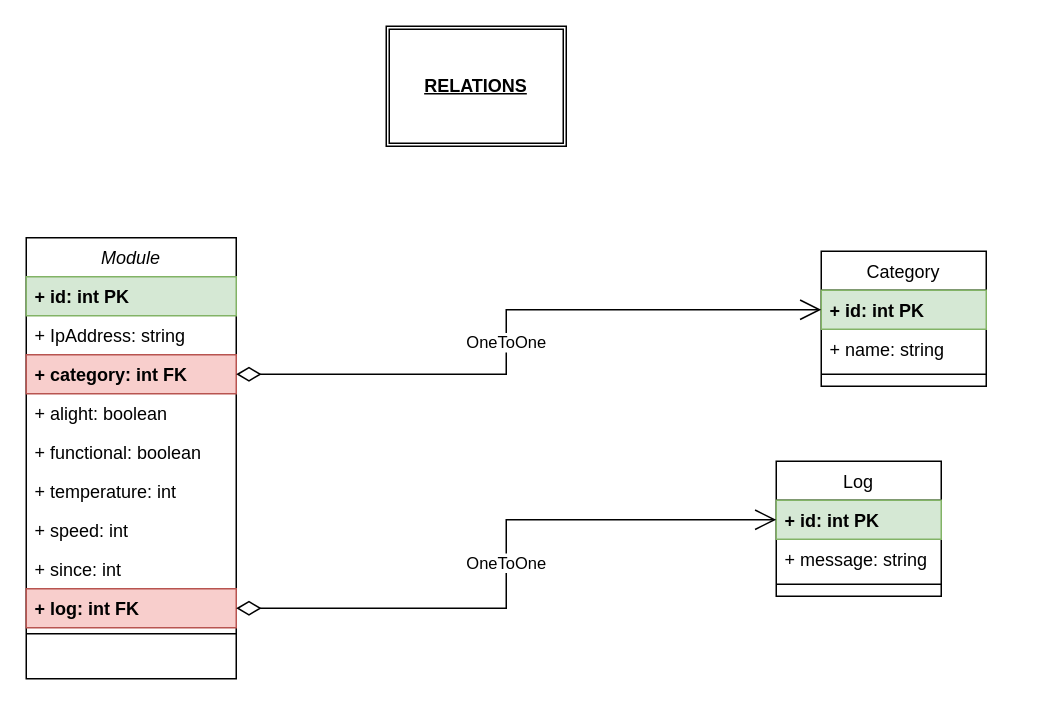
Before: Documentation/IotModulesMonitoring.drawio in DevWebJr/IotModulesMonitoring, a draw.io diagram. Source tidied: cells renumbered, new cells numbered last; positions are measured from the earlier drawing's top-left corner, leaving out a move shared by most shapes. Both pictures are drawn from the tidied source at 150%, with x=0, y=0 at pixel (26, 26).
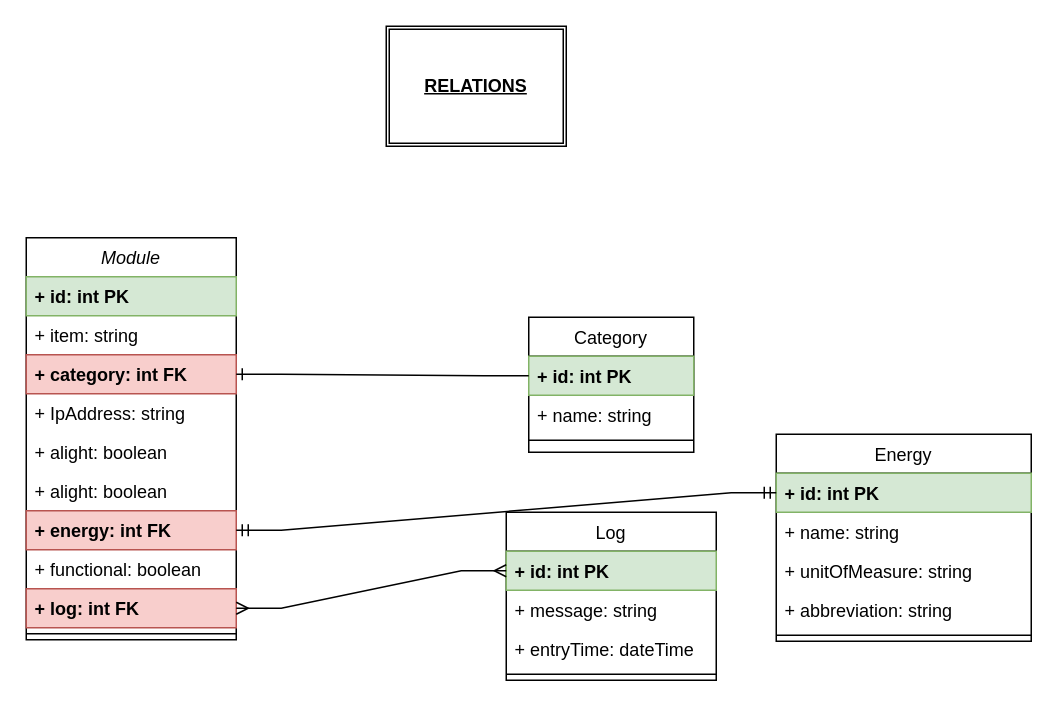
The same diagram, later.

Commit message (it also covers changes not shown here):
add Entities : Energy, Category and connect them on view

The change refers to these unchanged cells:
```xml
<mxCell id="11" value="+ log: int FK" style="text;align=left;verticalAlign=top;spacingLeft=4;spacingRight=4;overflow=hidden;points=[[0,0.5],[1,0.5]];portConstraint=eastwest;rounded=0;shadow=0;html=0;fontStyle=1;fillColor=#f8cecc;strokeColor=#b85450;" parent="2" vertex="1">
  <mxGeometry y="234" width="140" height="26" as="geometry" />
</mxCell>
<mxCell id="20" value="+ id: int PK" style="text;align=left;verticalAlign=top;spacingLeft=4;spacingRight=4;overflow=hidden;points=[[0,0.5],[1,0.5]];portConstraint=eastwest;rounded=0;shadow=0;html=0;fillColor=#d5e8d4;strokeColor=#82b366;fontStyle=1;" parent="19" vertex="1">
  <mxGeometry y="26" width="110" height="26" as="geometry" />
</mxCell>
```

Diff of the diagram source:
```diff
@@
     <mxCell id="2" value="Module" style="swimlane;fontStyle=2;align=center;verticalAlign=top;horizontal=1;startSize=26;rounded=0;shadow=0;strokeWidth=1;" parent="1" vertex="1">
-      <mxGeometry y="141" width="140" height="294" as="geometry" />
+      <mxGeometry y="141" width="140" height="268" as="geometry" />
     </mxCell>
@@
+    <mxCell id="24" value="+ item: string" style="text;align=left;verticalAlign=top;spacingLeft=4;spacingRight=4;overflow=hidden;" parent="2" vertex="1">
+      <mxGeometry y="52" width="140" height="26" as="geometry" />
+    </mxCell>
+    <mxCell id="5" value="+ category: int FK" style="text;align=left;verticalAlign=top;spacingLeft=4;spacingRight=4;overflow=hidden;points=[[0,0.5],[1,0.5]];portConstraint=eastwest;fontStyle=1;fillColor=#f8cecc;strokeColor=#b85450;" parent="2" vertex="1">
+      <mxGeometry y="78" width="140" height="26" as="geometry" />
+    </mxCell>
     <mxCell id="4" value="+ IpAddress: string" style="text;align=left;verticalAlign=top;spacingLeft=4;spacingRight=4;overflow=hidden;" parent="2" vertex="1">
-      <mxGeometry y="52" width="140" height="26" as="geometry" />
+      <mxGeometry y="104" width="140" height="26" as="geometry" />
     </mxCell>
-    <mxCell id="5" value="+ category: int FK" style="text;align=left;verticalAlign=top;spacingLeft=4;spacingRight=4;overflow=hidden;points=[[0,0.5],[1,0.5]];portConstraint=eastwest;fontStyle=1;fillColor=#f8cecc;strokeColor=#b85450;" parent="2" vertex="1">
-      <mxGeometry y="78" width="140" height="26" as="geometry" />
-    </mxCell>
     <mxCell id="6" value="+ alight: boolean" style="text;align=left;verticalAlign=top;spacingLeft=4;spacingRight=4;overflow=hidden;rounded=0;shadow=0;html=0;" parent="2" vertex="1">
-      <mxGeometry y="104" width="140" height="26" as="geometry" />
+      <mxGeometry y="130" width="140" height="26" as="geometry" />
     </mxCell>
+    <mxCell id="25" value="+ alight: boolean" style="text;align=left;verticalAlign=top;spacingLeft=4;spacingRight=4;overflow=hidden;rounded=0;shadow=0;html=0;" parent="2" vertex="1">
+      <mxGeometry y="156" width="140" height="26" as="geometry" />
+    </mxCell>
+    <mxCell id="26" value="+ energy: int FK" style="text;align=left;verticalAlign=top;spacingLeft=4;spacingRight=4;overflow=hidden;points=[[0,0.5],[1,0.5]];portConstraint=eastwest;rounded=0;shadow=0;html=0;fontStyle=1;fillColor=#f8cecc;strokeColor=#b85450;" parent="2" vertex="1">
+      <mxGeometry y="182" width="140" height="26" as="geometry" />
+    </mxCell>
     <mxCell id="7" value="+ functional: boolean" style="text;align=left;verticalAlign=top;spacingLeft=4;spacingRight=4;overflow=hidden;rounded=0;shadow=0;html=0;" parent="2" vertex="1">
-      <mxGeometry y="130" width="140" height="26" as="geometry" />
+      <mxGeometry y="208" width="140" height="26" as="geometry" />
     </mxCell>
-    <mxCell id="8" value="+ temperature: int" style="text;align=left;verticalAlign=top;spacingLeft=4;spacingRight=4;overflow=hidden;rounded=0;shadow=0;html=0;" parent="2" vertex="1">
-      <mxGeometry y="156" width="140" height="26" as="geometry" />
-    </mxCell>
-    <mxCell id="9" value="+ speed: int" style="text;align=left;verticalAlign=top;spacingLeft=4;spacingRight=4;overflow=hidden;rounded=0;shadow=0;html=0;" parent="2" vertex="1">
-      <mxGeometry y="182" width="140" height="26" as="geometry" />
-    </mxCell>
-    <mxCell id="10" value="+ since: int" style="text;align=left;verticalAlign=top;spacingLeft=4;spacingRight=4;overflow=hidden;rounded=0;shadow=0;html=0;" parent="2" vertex="1">
-      <mxGeometry y="208" width="140" height="26" as="geometry" />
-    </mxCell>
@@
     <mxCell id="13" value="Log" style="swimlane;fontStyle=0;align=center;verticalAlign=top;horizontal=1;startSize=26;rounded=0;shadow=0;strokeWidth=1;" parent="1" vertex="1">
-      <mxGeometry x="500" y="290" width="110" height="90" as="geometry" />
+      <mxGeometry x="320" y="324" width="140" height="112" as="geometry" />
     </mxCell>
     <mxCell id="14" value="+ id: int PK" style="text;align=left;verticalAlign=top;spacingLeft=4;spacingRight=4;overflow=hidden;points=[[0,0.5],[1,0.5]];portConstraint=eastwest;rounded=0;shadow=0;html=0;fillColor=#d5e8d4;strokeColor=#82b366;fontStyle=1;" parent="13" vertex="1">
-      <mxGeometry y="26" width="110" height="26" as="geometry" />
+      <mxGeometry y="26" width="140" height="26" as="geometry" />
     </mxCell>
     <mxCell id="15" value="+ message: string" style="text;align=left;verticalAlign=top;spacingLeft=4;spacingRight=4;overflow=hidden;" parent="13" vertex="1">
-      <mxGeometry y="52" width="110" height="26" as="geometry" />
+      <mxGeometry y="52" width="140" height="26" as="geometry" />
     </mxCell>
+    <mxCell id="27" value="+ entryTime: dateTime" style="text;align=left;verticalAlign=top;spacingLeft=4;spacingRight=4;overflow=hidden;" parent="13" vertex="1">
+      <mxGeometry y="78" width="140" height="26" as="geometry" />
+    </mxCell>
     <mxCell id="16" style="line;html=1;strokeWidth=1;align=left;verticalAlign=middle;spacingTop=-1;spacingLeft=3;spacingRight=3;labelPosition=right;" parent="13" vertex="1">
-      <mxGeometry y="78" width="110" height="8" as="geometry" />
+      <mxGeometry y="104" width="140" height="8" as="geometry" />
     </mxCell>
-    <mxCell id="17" value="OneToOne" style="endArrow=open;html=1;endSize=12;startArrow=diamondThin;startSize=14;startFill=0;edgeStyle=orthogonalEdgeStyle;rounded=0;entryX=0;entryY=0.5;entryDx=0;entryDy=0;" parent="1" edge="1" source="11" target="14">
-      <mxGeometry relative="1" as="geometry" />
-    </mxCell>
@@
     <mxCell id="19" value="Category" style="swimlane;fontStyle=0;align=center;verticalAlign=top;horizontal=1;startSize=26;rounded=0;shadow=0;strokeWidth=1;" parent="1" vertex="1">
-      <mxGeometry x="530" y="150" width="110" height="90" as="geometry" />
+      <mxGeometry x="335" y="194" width="110" height="90" as="geometry" />
     </mxCell>
@@
-    <mxCell id="23" value="OneToOne" style="endArrow=open;html=1;endSize=12;startArrow=diamondThin;startSize=14;startFill=0;edgeStyle=orthogonalEdgeStyle;rounded=0;" parent="1" edge="1" source="5" target="20">
-      <mxGeometry x="-0.07" relative="1" as="geometry">
-        <Array as="points">
-          <mxPoint x="320" y="232" />
-          <mxPoint x="320" y="189" />
-        </Array>
-      </mxGeometry>
-    </mxCell>
+    <mxCell id="28" value="Energy" style="swimlane;fontStyle=0;align=center;verticalAlign=top;horizontal=1;startSize=26;rounded=0;shadow=0;strokeWidth=1;" parent="1" vertex="1">
+      <mxGeometry x="500" y="272" width="170" height="138" as="geometry" />
+    </mxCell>
+    <mxCell id="29" value="+ id: int PK" style="text;align=left;verticalAlign=top;spacingLeft=4;spacingRight=4;overflow=hidden;points=[[0,0.5],[1,0.5]];portConstraint=eastwest;rounded=0;shadow=0;html=0;fillColor=#d5e8d4;strokeColor=#82b366;fontStyle=1;" parent="28" vertex="1">
+      <mxGeometry y="26" width="170" height="26" as="geometry" />
+    </mxCell>
+    <mxCell id="30" value="+ name: string" style="text;align=left;verticalAlign=top;spacingLeft=4;spacingRight=4;overflow=hidden;" parent="28" vertex="1">
+      <mxGeometry y="52" width="170" height="26" as="geometry" />
+    </mxCell>
+    <mxCell id="31" value="+ unitOfMeasure: string" style="text;align=left;verticalAlign=top;spacingLeft=4;spacingRight=4;overflow=hidden;fontStyle=0;" parent="28" vertex="1">
+      <mxGeometry y="78" width="170" height="26" as="geometry" />
+    </mxCell>
+    <mxCell id="32" value="+ abbreviation: string" style="text;align=left;verticalAlign=top;spacingLeft=4;spacingRight=4;overflow=hidden;" parent="28" vertex="1">
+      <mxGeometry y="104" width="170" height="26" as="geometry" />
+    </mxCell>
+    <mxCell id="33" style="line;html=1;strokeWidth=1;align=left;verticalAlign=middle;spacingTop=-1;spacingLeft=3;spacingRight=3;labelPosition=right;" parent="28" vertex="1">
+      <mxGeometry y="130" width="170" height="8" as="geometry" />
+    </mxCell>
+    <mxCell id="34" style="edgeStyle=entityRelationEdgeStyle;fontSize=12;html=1;endArrow=ERmandOne;startArrow=ERmandOne;rounded=0;" parent="1" edge="1" source="26" target="29">
+      <mxGeometry relative="1" as="geometry" />
+    </mxCell>
+    <mxCell id="17" style="edgeStyle=entityRelationEdgeStyle;fontSize=12;html=1;endArrow=ERmany;startArrow=ERmany;rounded=0;" parent="1" edge="1" source="11" target="14">
+      <mxGeometry relative="1" as="geometry" />
+    </mxCell>
+    <mxCell id="35" style="edgeStyle=entityRelationEdgeStyle;fontSize=12;html=1;endArrow=ERone;endFill=1;rounded=0;" parent="1" edge="1" source="20" target="5">
+      <mxGeometry relative="1" as="geometry" />
+    </mxCell>
```
